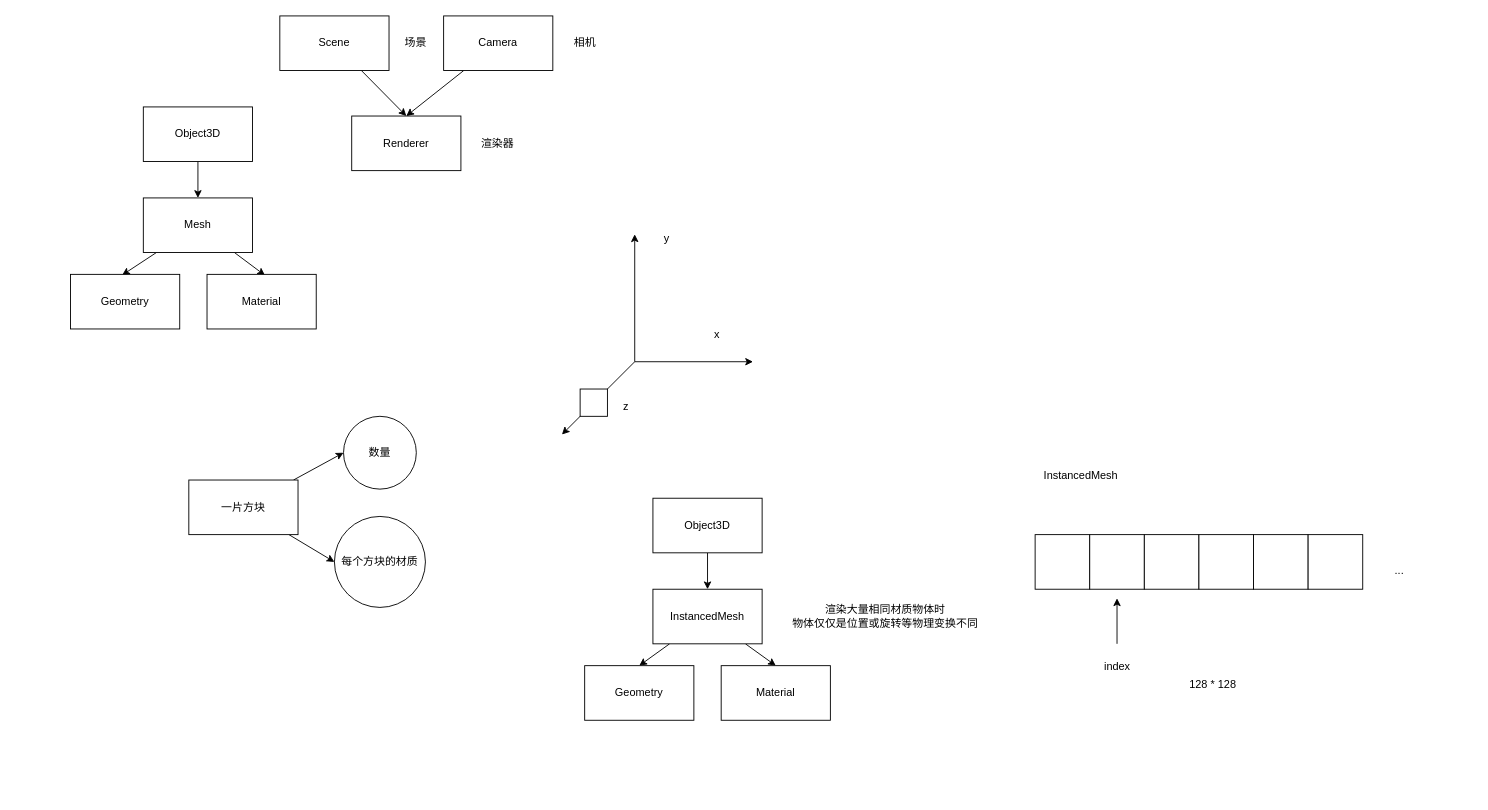
Above: 记录.drawio in creamIcec/minecraft-simple-clone (draw.io), before the change. Source tidied: cells renumbered, new cells numbered last; positions are measured from the earlier drawing's top-left corner, leaving out a move shared by most shapes. Both pictures are drawn from the tidied source at 91%, with x=0, y=0 at pixel (70, 15).
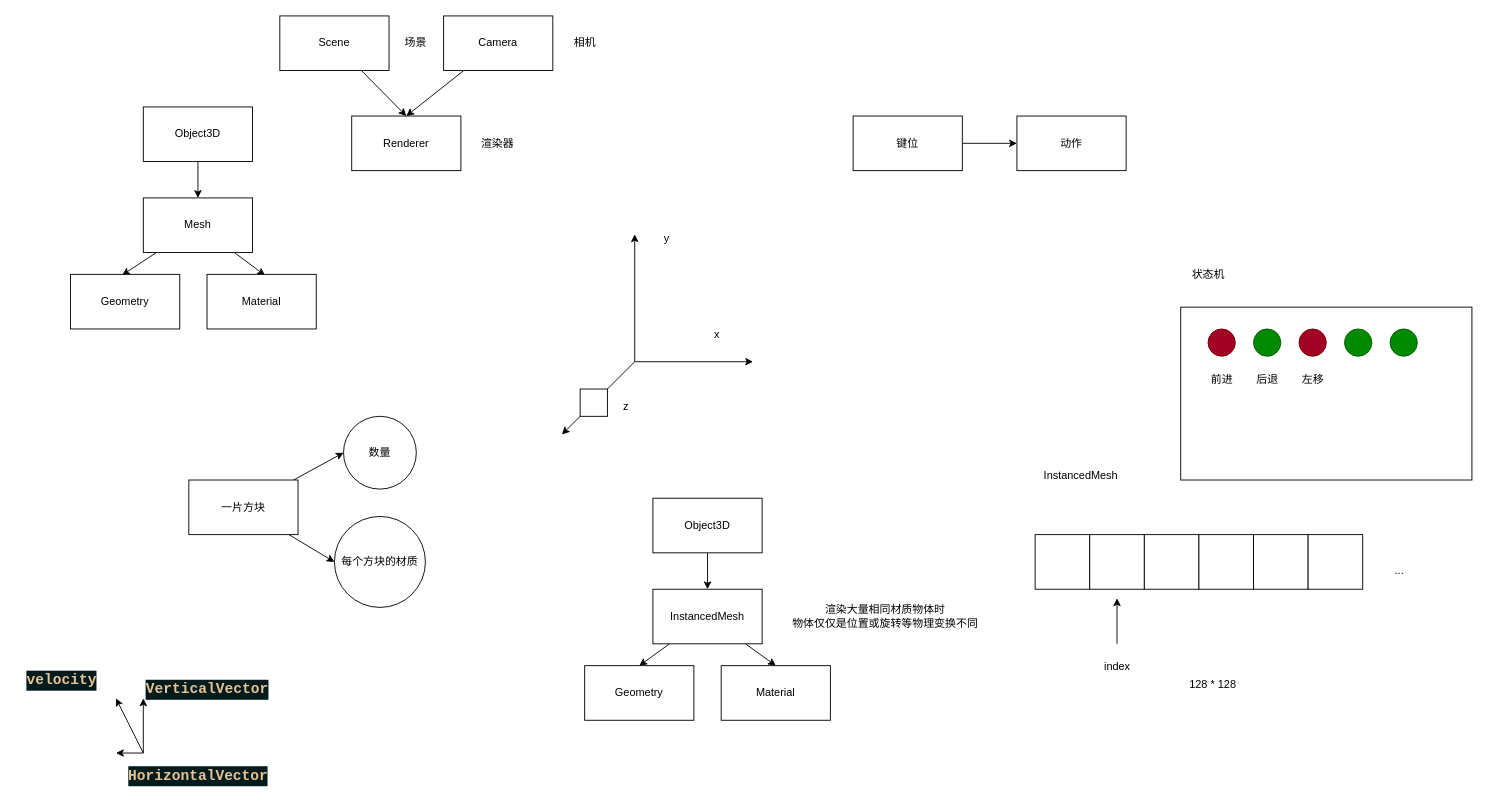
The same diagram, later.

What changed in the source:
```diff
@@
+    <mxCell id="49" style="edgeStyle=none;html=1;" parent="1" edge="1" source="50" target="51">
+      <mxGeometry relative="1" as="geometry" />
+    </mxCell>
+    <mxCell id="50" value="键位" style="whiteSpace=wrap;html=1;" parent="1" vertex="1">
+      <mxGeometry x="860" y="110" width="120" height="60" as="geometry" />
+    </mxCell>
+    <mxCell id="51" value="动作" style="whiteSpace=wrap;html=1;" parent="1" vertex="1">
+      <mxGeometry x="1040" y="110" width="120" height="60" as="geometry" />
+    </mxCell>
+    <mxCell id="52" value="状态机" style="text;html=1;align=center;verticalAlign=middle;strokeColor=none;fillColor=none;" parent="1" vertex="1">
+      <mxGeometry x="1220" y="270" width="60" height="30" as="geometry" />
+    </mxCell>
+    <mxCell id="53" style="whiteSpace=wrap;html=1;" parent="1" vertex="1">
+      <mxGeometry x="1220" y="320" width="320" height="190" as="geometry" />
+    </mxCell>
+    <mxCell id="54" style="ellipse;whiteSpace=wrap;html=1;fillColor=#a20025;fontColor=#ffffff;strokeColor=#6F0000;" parent="1" vertex="1">
+      <mxGeometry x="1250" y="344" width="30" height="30" as="geometry" />
+    </mxCell>
+    <mxCell id="55" style="ellipse;whiteSpace=wrap;html=1;fillColor=#008a00;fontColor=#ffffff;strokeColor=#005700;" parent="1" vertex="1">
+      <mxGeometry x="1300" y="344" width="30" height="30" as="geometry" />
+    </mxCell>
+    <mxCell id="56" style="ellipse;whiteSpace=wrap;html=1;fillColor=#a20025;fontColor=#ffffff;strokeColor=#6F0000;" parent="1" vertex="1">
+      <mxGeometry x="1350" y="344" width="30" height="30" as="geometry" />
+    </mxCell>
+    <mxCell id="57" style="ellipse;whiteSpace=wrap;html=1;fillColor=#008a00;fontColor=#ffffff;strokeColor=#005700;" parent="1" vertex="1">
+      <mxGeometry x="1400" y="344" width="30" height="30" as="geometry" />
+    </mxCell>
+    <mxCell id="58" style="ellipse;whiteSpace=wrap;html=1;fillColor=#008a00;fontColor=#ffffff;strokeColor=#005700;" parent="1" vertex="1">
+      <mxGeometry x="1450" y="344" width="30" height="30" as="geometry" />
+    </mxCell>
+    <mxCell id="59" value="前进" style="text;html=1;align=center;verticalAlign=middle;strokeColor=none;fillColor=none;" parent="1" vertex="1">
+      <mxGeometry x="1240" y="385" width="50" height="30" as="geometry" />
+    </mxCell>
+    <mxCell id="60" value="后退" style="text;html=1;align=center;verticalAlign=middle;strokeColor=none;fillColor=none;" parent="1" vertex="1">
+      <mxGeometry x="1290" y="385" width="50" height="30" as="geometry" />
+    </mxCell>
+    <mxCell id="61" value="左移" style="text;html=1;align=center;verticalAlign=middle;strokeColor=none;fillColor=none;" parent="1" vertex="1">
+      <mxGeometry x="1340" y="385" width="50" height="30" as="geometry" />
+    </mxCell>
+    <mxCell id="62" style="edgeStyle=none;orthogonalLoop=1;jettySize=auto;html=1;" parent="1" edge="1">
+      <mxGeometry relative="1" as="geometry">
+        <mxPoint x="80" y="810" as="sourcePoint" />
+        <mxPoint x="80" y="750" as="targetPoint" />
+      </mxGeometry>
+    </mxCell>
+    <mxCell id="63" style="edgeStyle=none;orthogonalLoop=1;jettySize=auto;html=1;" parent="1" edge="1">
+      <mxGeometry relative="1" as="geometry">
+        <mxPoint x="80" y="810" as="sourcePoint" />
+        <mxPoint x="50" y="810" as="targetPoint" />
+      </mxGeometry>
+    </mxCell>
+    <mxCell id="64" value="&lt;div style=&quot;background-color: rgb(1, 27, 28); font-family: &amp;quot;Fira Code Regular&amp;quot;, &amp;quot;Courier New&amp;quot;, monospace, Consolas, &amp;quot;Courier New&amp;quot;, monospace; font-weight: bold; font-size: 16px; line-height: 22px;&quot;&gt;&lt;font color=&quot;#e8c391&quot;&gt;VerticalVector&lt;/font&gt;&lt;/div&gt;" style="text;html=1;align=center;verticalAlign=middle;strokeColor=none;fillColor=none;" parent="1" vertex="1">
+      <mxGeometry x="70" y="720" width="160" height="40" as="geometry" />
+    </mxCell>
+    <mxCell id="65" value="&lt;div style=&quot;background-color: rgb(1, 27, 28); font-family: &amp;quot;Fira Code Regular&amp;quot;, &amp;quot;Courier New&amp;quot;, monospace, Consolas, &amp;quot;Courier New&amp;quot;, monospace; font-weight: bold; font-size: 16px; line-height: 22px;&quot;&gt;&lt;font color=&quot;#e8c391&quot;&gt;HorizontalVector&lt;/font&gt;&lt;/div&gt;" style="text;html=1;align=center;verticalAlign=middle;strokeColor=none;fillColor=none;" parent="1" vertex="1">
+      <mxGeometry x="50" y="815" width="180" height="40" as="geometry" />
+    </mxCell>
+    <mxCell id="66" style="edgeStyle=none;orthogonalLoop=1;jettySize=auto;html=1;" parent="1" edge="1">
+      <mxGeometry relative="1" as="geometry">
+        <mxPoint x="80" y="810" as="sourcePoint" />
+        <mxPoint x="50" y="750" as="targetPoint" />
+      </mxGeometry>
+    </mxCell>
+    <mxCell id="67" value="&lt;div style=&quot;background-color: rgb(1, 27, 28); font-family: &amp;quot;Fira Code Regular&amp;quot;, &amp;quot;Courier New&amp;quot;, monospace, Consolas, &amp;quot;Courier New&amp;quot;, monospace; font-weight: bold; font-size: 16px; line-height: 22px;&quot;&gt;&lt;font color=&quot;#e8c391&quot;&gt;velocity&lt;/font&gt;&lt;/div&gt;" style="text;html=1;align=center;verticalAlign=middle;strokeColor=none;fillColor=none;" parent="1" vertex="1">
+      <mxGeometry x="-60" y="710" width="100" height="40" as="geometry" />
+    </mxCell>
```
